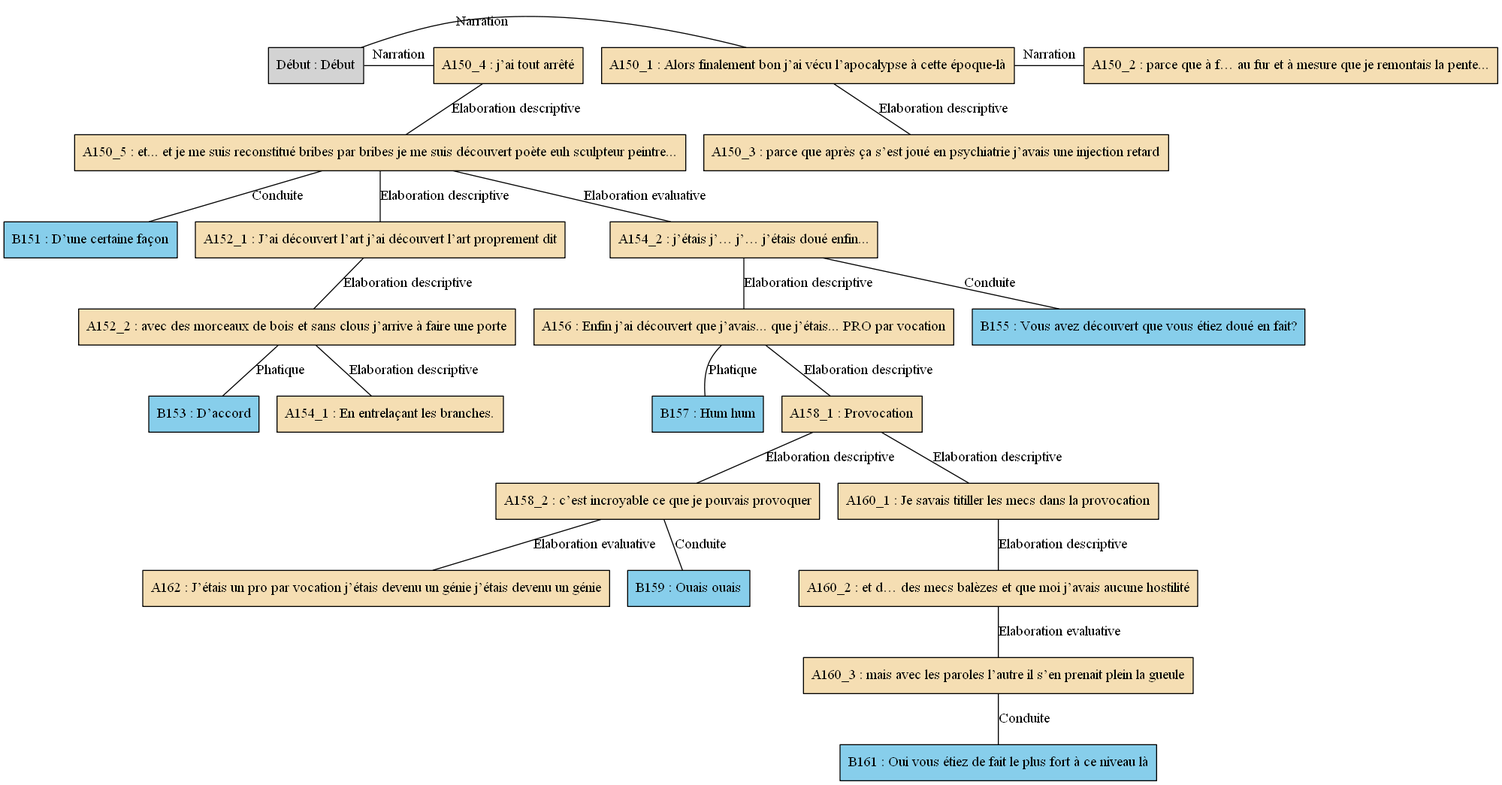
The Graphviz diagram arbres/Provocation/Provocation_-_A03.gv.png in AlaixComet/AnnotationSlamPTut, before a commit. Its source is kept beside it as arbres/Provocation/Provocation_-_A03.gv. Its diagram source:
```dot
digraph A03 {
	node [shape=box style=filled]
	"Début" [label="Début : Début"]
	A150_1 [label="A150_1 : Alors finalement bon j’ai vécu l’apocalypse à cette époque-là" fillcolor=wheat]
	A150_2 [label="A150_2 : parce que à f… au fur et à mesure que je remontais la pente..." fillcolor=wheat]
	A150_3 [label="A150_3 : parce que après ça s’est joué en psychiatrie j’avais une injection retard" fillcolor=wheat]
	A150_4 [label="A150_4 : j’ai tout arrêté" fillcolor=wheat]
	A150_5 [label="A150_5 : et... et je me suis reconstitué bribes par bribes je me suis découvert poète euh sculpteur peintre..." fillcolor=wheat]
	B151 [label="B151 : D’une certaine façon" fillcolor=skyblue]
	A152_1 [label="A152_1 : J’ai découvert l’art j’ai découvert l’art proprement dit" fillcolor=wheat]
	A152_2 [label="A152_2 : avec des morceaux de bois et sans clous j’arrive à faire une porte" fillcolor=wheat]
	B153 [label="B153 : D’accord" fillcolor=skyblue]
	A154_1 [label="A154_1 : En entrelaçant les branches." fillcolor=wheat]
	A154_2 [label="A154_2 : j’étais j’… j’… j’étais doué enfin..." fillcolor=wheat]
	B155 [label="B155 : Vous avez découvert que vous étiez doué en fait?" fillcolor=skyblue]
	A156 [label="A156 : Enfin j’ai découvert que j’avais... que j’étais... PRO par vocation" fillcolor=wheat]
	B157 [label="B157 : Hum hum" fillcolor=skyblue]
	A158_1 [label="A158_1 : Provocation" fillcolor=wheat]
	A158_2 [label="A158_2 : c’est incroyable ce que je pouvais provoquer" fillcolor=wheat]
	B159 [label="B159 : Ouais ouais" fillcolor=skyblue]
	A160_1 [label="A160_1 : Je savais titiller les mecs dans la provocation" fillcolor=wheat]
	A160_2 [label="A160_2 : et d… des mecs balèzes et que moi j’avais aucune hostilité" fillcolor=wheat]
	A160_3 [label="A160_3 : mais avec les paroles l’autre il s’en prenait plein la gueule" fillcolor=wheat]
	B161 [label="B161 : Oui vous étiez de fait le plus fort à ce niveau là" fillcolor=skyblue]
	A162 [label="A162 : J’étais un pro par vocation j’étais devenu un génie j’étais devenu un génie" fillcolor=wheat]
	{
		rank=same
		"Début"
		A150_1
		"Début" -> A150_1 [label=Narration dir=none]
	}
	{
		rank=same
		A150_1
		A150_2
		A150_1 -> A150_2 [label=Narration dir=none]
	}
	A150_1 -> A150_3 [label="Elaboration descriptive" dir=none]
	{
		rank=same
		"Début"
		A150_4
		"Début" -> A150_4 [label=Narration dir=none]
	}
	A150_4 -> A150_5 [label="Elaboration descriptive" dir=none]
	A150_5 -> B151 [label=Conduite dir=none]
	A150_5 -> A152_1 [label="Elaboration descriptive" dir=none]
	A152_1 -> A152_2 [label="Elaboration descriptive" dir=none]
	A152_2 -> B153 [label=Phatique dir=none]
	A152_2 -> A154_1 [label="Elaboration descriptive" dir=none]
	A150_5 -> A154_2 [label="Elaboration evaluative" dir=none]
	A154_2 -> B155 [label=Conduite dir=none]
	A154_2 -> A156 [label="Elaboration descriptive" dir=none]
	A156 -> B157 [label=Phatique dir=none]
	A156 -> A158_1 [label="Elaboration descriptive" dir=none]
	A158_1 -> A158_2 [label="Elaboration descriptive" dir=none]
	A158_2 -> B159 [label=Conduite dir=none]
	A158_1 -> A160_1 [label="Elaboration descriptive" dir=none]
	A160_1 -> A160_2 [label="Elaboration descriptive" dir=none]
	A160_2 -> A160_3 [label="Elaboration evaluative" dir=none]
	A160_3 -> B161 [label=Conduite dir=none]
	A158_2 -> A162 [label="Elaboration evaluative" dir=none]
}
```
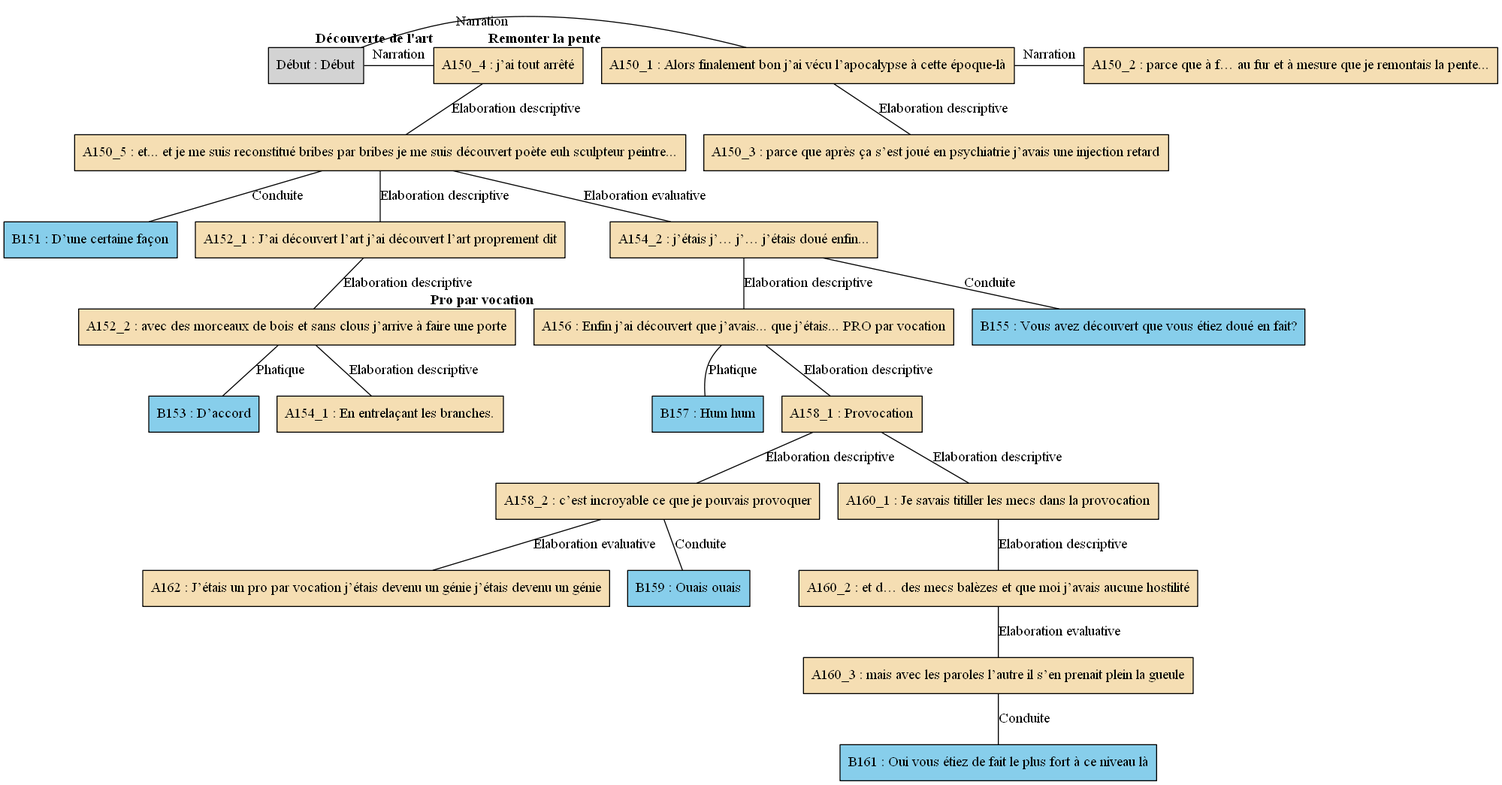
After the commit.

The edit, as a diff of the source:
```diff
@@ -1,28 +1,28 @@
 digraph A03 {
 	node [shape=box style=filled]
-	"Début" [label="Début : Début"]
-	A150_1 [label="A150_1 : Alors finalement bon j’ai vécu l’apocalypse à cette époque-là" fillcolor=wheat]
-	A150_2 [label="A150_2 : parce que à f… au fur et à mesure que je remontais la pente..." fillcolor=wheat]
-	A150_3 [label="A150_3 : parce que après ça s’est joué en psychiatrie j’avais une injection retard" fillcolor=wheat]
-	A150_4 [label="A150_4 : j’ai tout arrêté" fillcolor=wheat]
-	A150_5 [label="A150_5 : et... et je me suis reconstitué bribes par bribes je me suis découvert poète euh sculpteur peintre..." fillcolor=wheat]
-	B151 [label="B151 : D’une certaine façon" fillcolor=skyblue]
-	A152_1 [label="A152_1 : J’ai découvert l’art j’ai découvert l’art proprement dit" fillcolor=wheat]
-	A152_2 [label="A152_2 : avec des morceaux de bois et sans clous j’arrive à faire une porte" fillcolor=wheat]
-	B153 [label="B153 : D’accord" fillcolor=skyblue]
-	A154_1 [label="A154_1 : En entrelaçant les branches." fillcolor=wheat]
-	A154_2 [label="A154_2 : j’étais j’… j’… j’étais doué enfin..." fillcolor=wheat]
-	B155 [label="B155 : Vous avez découvert que vous étiez doué en fait?" fillcolor=skyblue]
-	A156 [label="A156 : Enfin j’ai découvert que j’avais... que j’étais... PRO par vocation" fillcolor=wheat]
-	B157 [label="B157 : Hum hum" fillcolor=skyblue]
-	A158_1 [label="A158_1 : Provocation" fillcolor=wheat]
-	A158_2 [label="A158_2 : c’est incroyable ce que je pouvais provoquer" fillcolor=wheat]
-	B159 [label="B159 : Ouais ouais" fillcolor=skyblue]
-	A160_1 [label="A160_1 : Je savais titiller les mecs dans la provocation" fillcolor=wheat]
-	A160_2 [label="A160_2 : et d… des mecs balèzes et que moi j’avais aucune hostilité" fillcolor=wheat]
-	A160_3 [label="A160_3 : mais avec les paroles l’autre il s’en prenait plein la gueule" fillcolor=wheat]
-	B161 [label="B161 : Oui vous étiez de fait le plus fort à ce niveau là" fillcolor=skyblue]
-	A162 [label="A162 : J’étais un pro par vocation j’étais devenu un génie j’étais devenu un génie" fillcolor=wheat]
+	"Début" [label="Début : Début" xlabel=""]
+	A150_1 [label="A150_1 : Alors finalement bon j’ai vécu l’apocalypse à cette époque-là" fillcolor=wheat xlabel=<<B>Remonter la pente</B>>]
+	A150_2 [label="A150_2 : parce que à f… au fur et à mesure que je remontais la pente..." fillcolor=wheat xlabel=""]
+	A150_3 [label="A150_3 : parce que après ça s’est joué en psychiatrie j’avais une injection retard" fillcolor=wheat xlabel=""]
+	A150_4 [label="A150_4 : j’ai tout arrêté" fillcolor=wheat xlabel=<<B>Découverte de l'art</B>>]
+	A150_5 [label="A150_5 : et... et je me suis reconstitué bribes par bribes je me suis découvert poète euh sculpteur peintre..." fillcolor=wheat xlabel=""]
+	B151 [label="B151 : D’une certaine façon" fillcolor=skyblue xlabel=""]
+	A152_1 [label="A152_1 : J’ai découvert l’art j’ai découvert l’art proprement dit" fillcolor=wheat xlabel=""]
+	A152_2 [label="A152_2 : avec des morceaux de bois et sans clous j’arrive à faire une porte" fillcolor=wheat xlabel=""]
+	B153 [label="B153 : D’accord" fillcolor=skyblue xlabel=""]
+	A154_1 [label="A154_1 : En entrelaçant les branches." fillcolor=wheat xlabel=""]
+	A154_2 [label="A154_2 : j’étais j’… j’… j’étais doué enfin..." fillcolor=wheat xlabel=""]
+	B155 [label="B155 : Vous avez découvert que vous étiez doué en fait?" fillcolor=skyblue xlabel=""]
+	A156 [label="A156 : Enfin j’ai découvert que j’avais... que j’étais... PRO par vocation" fillcolor=wheat xlabel=<<B>Pro par vocation</B>>]
+	B157 [label="B157 : Hum hum" fillcolor=skyblue xlabel=""]
+	A158_1 [label="A158_1 : Provocation" fillcolor=wheat xlabel=""]
+	A158_2 [label="A158_2 : c’est incroyable ce que je pouvais provoquer" fillcolor=wheat xlabel=""]
+	B159 [label="B159 : Ouais ouais" fillcolor=skyblue xlabel=""]
+	A160_1 [label="A160_1 : Je savais titiller les mecs dans la provocation" fillcolor=wheat xlabel=""]
+	A160_2 [label="A160_2 : et d… des mecs balèzes et que moi j’avais aucune hostilité" fillcolor=wheat xlabel=""]
+	A160_3 [label="A160_3 : mais avec les paroles l’autre il s’en prenait plein la gueule" fillcolor=wheat xlabel=""]
+	B161 [label="B161 : Oui vous étiez de fait le plus fort à ce niveau là" fillcolor=skyblue xlabel=""]
+	A162 [label="A162 : J’étais un pro par vocation j’étais devenu un génie j’étais devenu un génie" fillcolor=wheat xlabel=""]
 	{
 		rank=same
 		"Début"
```
